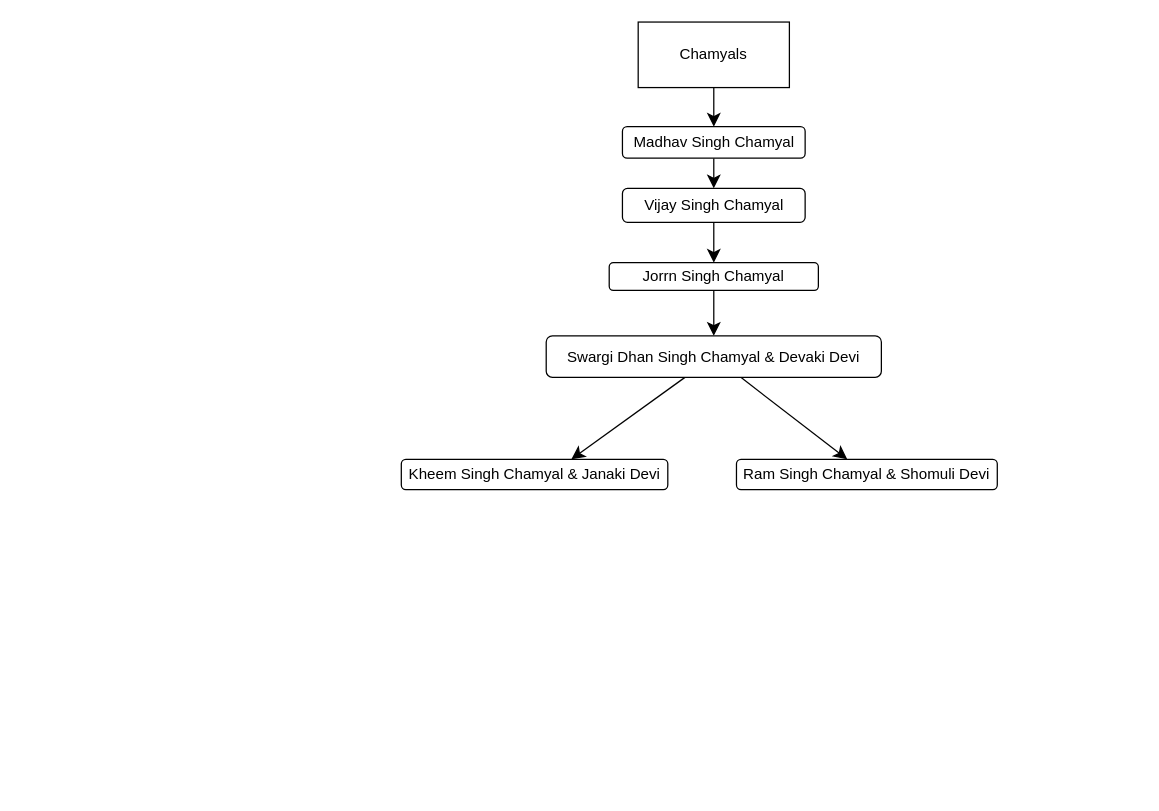
This is public/Untitled Diagram.drawio from komalchamyal/mind-map, a draw.io file, before an edit. Source tidied: cells renumbered, new cells numbered last; positions are measured from the earlier drawing's top-left corner, leaving out a move shared by most shapes. Both pictures are drawn from the tidied source at 126%, with x=0, y=0 at pixel (401, 21).
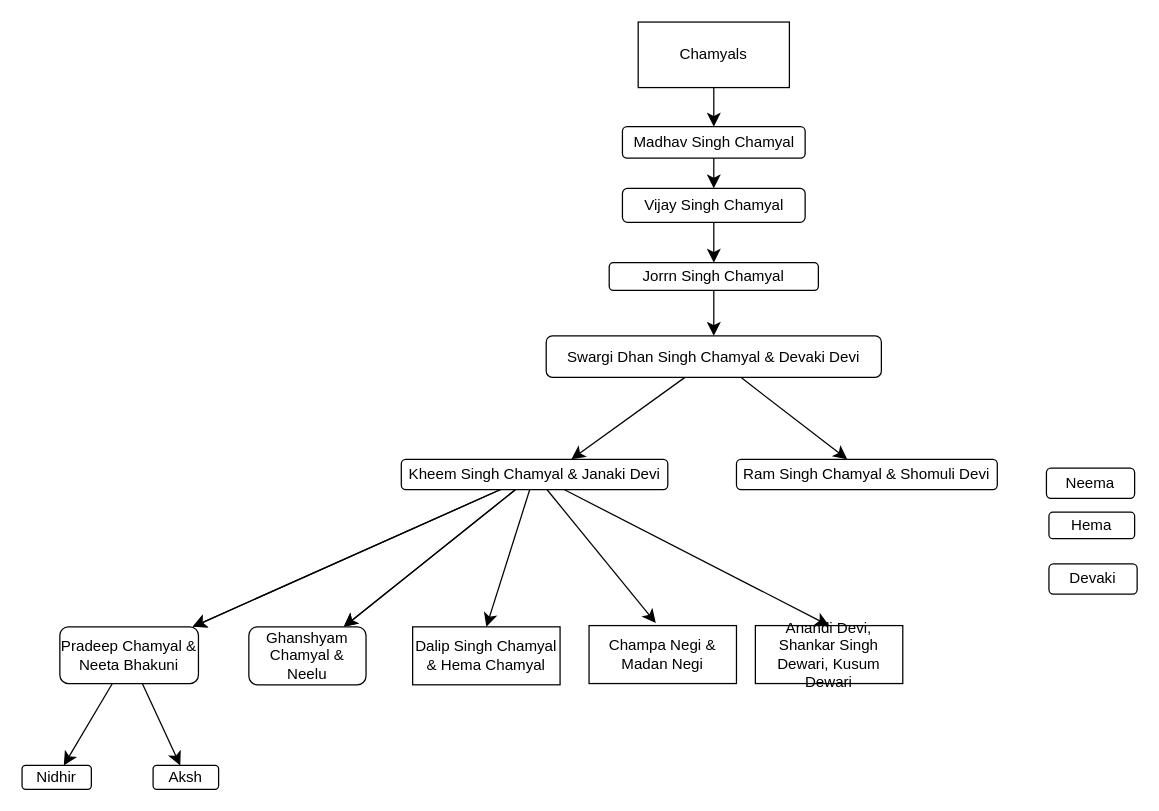
The same diagram, later.

Unchanged cells that the change refers to:
```xml
<mxCell id="6" value="Kheem Singh Chamyal &amp;amp; Janaki Devi" style="rounded=1;whiteSpace=wrap;html=1;" parent="1" vertex="1">
  <mxGeometry y="347" width="211.5" height="24" as="geometry" />
</mxCell>
```

The edit, as a diff of the source:
```diff
@@
+    <mxCell id="15" value="Neema" style="rounded=1;whiteSpace=wrap;html=1;" parent="1" vertex="1">
+      <mxGeometry x="512" y="354" width="70" height="24" as="geometry" />
+    </mxCell>
@@
+    <mxCell id="16" style="edgeStyle=none;curved=1;rounded=0;jettySize=auto;html=1;fontSize=12;startSize=8;endSize=8;" parent="1" edge="1" source="6" target="24">
+      <mxGeometry relative="1" as="geometry" />
+    </mxCell>
+    <mxCell id="17" style="edgeStyle=none;curved=1;rounded=0;jettySize=auto;html=1;fontSize=12;startSize=8;endSize=8;" parent="1" edge="1" source="6" target="24">
+      <mxGeometry relative="1" as="geometry" />
+    </mxCell>
+    <mxCell id="18" style="edgeStyle=none;curved=1;rounded=0;jettySize=auto;html=1;fontSize=12;startSize=8;endSize=8;" parent="1" edge="1" source="6" target="25">
+      <mxGeometry relative="1" as="geometry" />
+    </mxCell>
+    <mxCell id="19" style="edgeStyle=none;curved=1;rounded=0;jettySize=auto;html=1;fontSize=12;startSize=8;endSize=8;" parent="1" edge="1" source="6" target="25">
+      <mxGeometry relative="1" as="geometry" />
+    </mxCell>
+    <mxCell id="20" style="edgeStyle=none;curved=1;rounded=0;jettySize=auto;html=1;entryX=0.5;entryY=0;entryDx=0;entryDy=0;fontSize=12;startSize=8;endSize=8;" parent="1" edge="1" source="6" target="26">
+      <mxGeometry relative="1" as="geometry" />
+    </mxCell>
+    <mxCell id="21" style="edgeStyle=none;curved=1;rounded=0;jettySize=auto;html=1;entryX=0.5;entryY=0;entryDx=0;entryDy=0;fontSize=12;startSize=8;endSize=8;" parent="1" edge="1" source="6" target="28">
+      <mxGeometry relative="1" as="geometry" />
+    </mxCell>
@@
+    <mxCell id="22" style="edgeStyle=none;curved=1;rounded=0;jettySize=auto;html=1;fontSize=12;startSize=8;endSize=8;" parent="1" edge="1" source="24" target="30">
+      <mxGeometry relative="1" as="geometry" />
+    </mxCell>
+    <mxCell id="23" style="edgeStyle=none;curved=1;rounded=0;jettySize=auto;html=1;fontSize=12;startSize=8;endSize=8;" parent="1" edge="1" source="24" target="31">
+      <mxGeometry relative="1" as="geometry" />
+    </mxCell>
+    <mxCell id="24" value="Pradeep Chamyal &amp;amp; Neeta Bhakuni" style="rounded=1;whiteSpace=wrap;html=1;" parent="1" vertex="1">
+      <mxGeometry x="-271" y="480" width="110" height="45" as="geometry" />
+    </mxCell>
+    <mxCell id="25" value="Ghanshyam Chamyal &amp;amp; Neelu" style="rounded=1;whiteSpace=wrap;html=1;" parent="1" vertex="1">
+      <mxGeometry x="-121" y="480" width="93" height="46" as="geometry" />
+    </mxCell>
+    <mxCell id="26" value="Dalip Singh Chamyal &amp;amp; Hema Chamyal" style="rounded=1;whiteSpace=wrap;html=1;arcSize=0;" parent="1" vertex="1">
+      <mxGeometry x="9" y="480" width="117" height="46" as="geometry" />
+    </mxCell>
+    <mxCell id="27" value="Champa Negi &amp;amp; Madan Negi" style="rounded=1;whiteSpace=wrap;html=1;arcSize=0;" parent="1" vertex="1">
+      <mxGeometry x="149" y="479" width="117" height="46" as="geometry" />
+    </mxCell>
+    <mxCell id="28" value="Anandi Devi, Shankar Singh Dewari, Kusum Dewari" style="rounded=1;whiteSpace=wrap;html=1;arcSize=0;" parent="1" vertex="1">
+      <mxGeometry x="281" y="479" width="117" height="46" as="geometry" />
+    </mxCell>
+    <mxCell id="29" style="edgeStyle=none;curved=1;rounded=0;jettySize=auto;html=1;fontSize=12;startSize=8;endSize=8;" parent="1" edge="1" source="6">
+      <mxGeometry relative="1" as="geometry">
+        <mxPoint x="202" y="477" as="targetPoint" />
+      </mxGeometry>
+    </mxCell>
+    <mxCell id="30" value="Nidhir" style="whiteSpace=wrap;html=1;rounded=1;" parent="1" vertex="1">
+      <mxGeometry x="-301" y="590" width="55" height="19" as="geometry" />
+    </mxCell>
+    <mxCell id="31" value="Aksh" style="whiteSpace=wrap;html=1;rounded=1;" parent="1" vertex="1">
+      <mxGeometry x="-197" y="590" width="52" height="19" as="geometry" />
+    </mxCell>
+    <mxCell id="32" value="Hema" style="rounded=1;whiteSpace=wrap;html=1;" parent="1" vertex="1">
+      <mxGeometry x="514" y="389" width="68" height="21" as="geometry" />
+    </mxCell>
+    <mxCell id="33" value="Devaki" style="rounded=1;whiteSpace=wrap;html=1;" parent="1" vertex="1">
+      <mxGeometry x="514" y="430" width="70" height="24" as="geometry" />
+    </mxCell>
```
